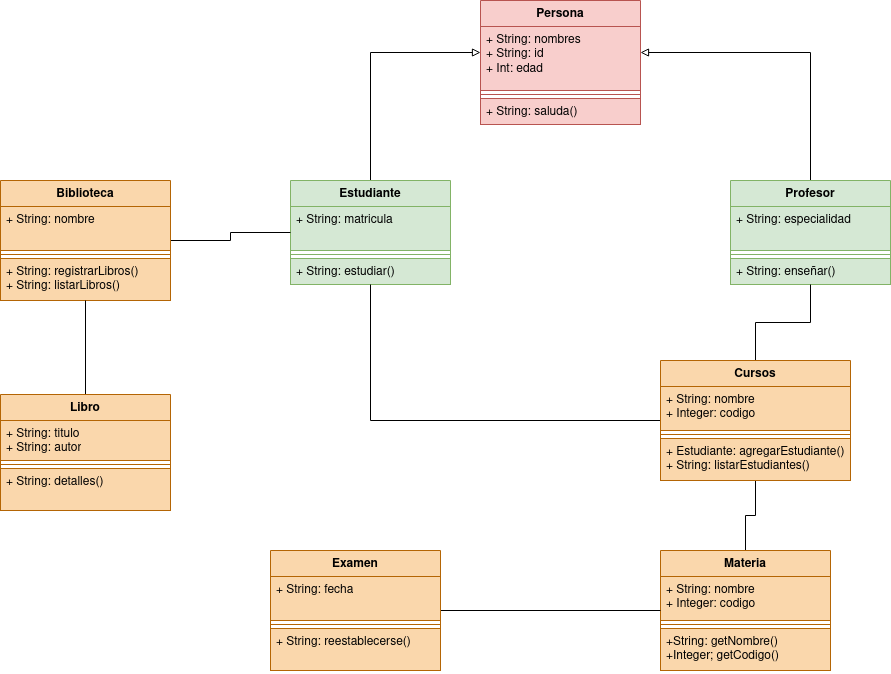
alejandrosalazargonzalez/gestion-academica keeps this draw.io diagram as imagenes/diagrama-clases.png. Above is the earlier version. Source tidied: cells renumbered, new cells last; positions are measured from the earlier drawing's top-left corner, leaving out a move shared by most shapes.
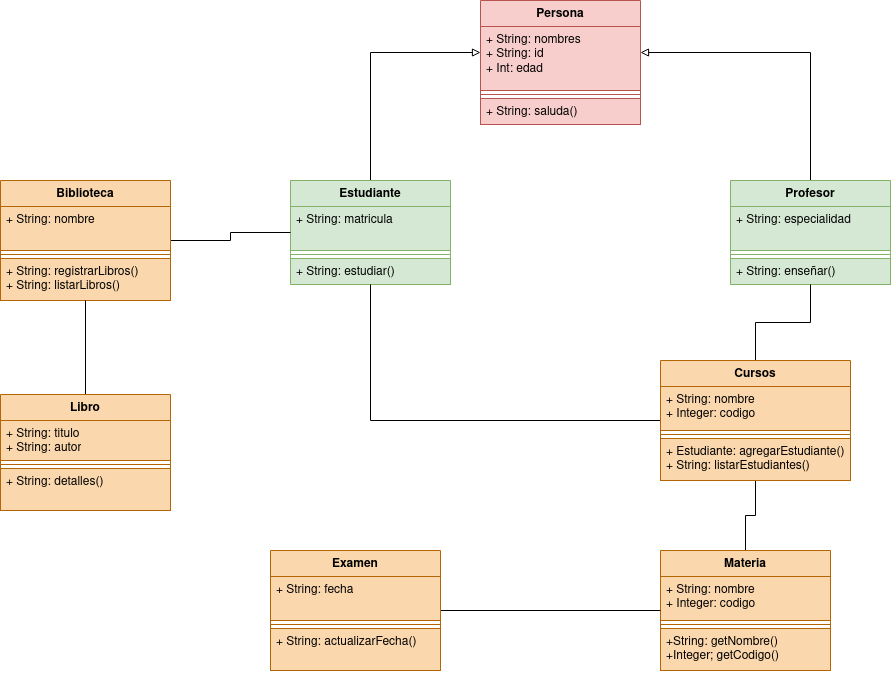
The same file after the commit.

Change to the diagram source:
```diff
@@ -97,7 +97,7 @@
     <mxCell id="30" style="line;strokeWidth=1;fillColor=#fad7ac;align=left;verticalAlign=middle;spacingTop=-1;spacingLeft=3;spacingRight=3;labelPosition=right;strokeColor=#b46504;" parent="28" vertex="1">
       <mxGeometry y="70" width="170" height="8" as="geometry" />
     </mxCell>
-    <mxCell id="31" value="+ String: reestablecerse()" style="text;strokeColor=#b46504;fillColor=#fad7ac;align=left;verticalAlign=top;spacingLeft=4;spacingRight=4;overflow=hidden;whiteSpace=wrap;html=1;" parent="28" vertex="1">
+    <mxCell id="31" value="+ String: actualizarFecha()" style="text;strokeColor=#b46504;fillColor=#fad7ac;align=left;verticalAlign=top;spacingLeft=4;spacingRight=4;overflow=hidden;whiteSpace=wrap;html=1;" parent="28" vertex="1">
       <mxGeometry y="78" width="170" height="42" as="geometry" />
     </mxCell>
     <mxCell id="32" style="edgeStyle=orthogonalEdgeStyle;rounded=0;jettySize=auto;html=1;endArrow=none;endFill=0;" parent="1" edge="1" source="33" target="7">
```
